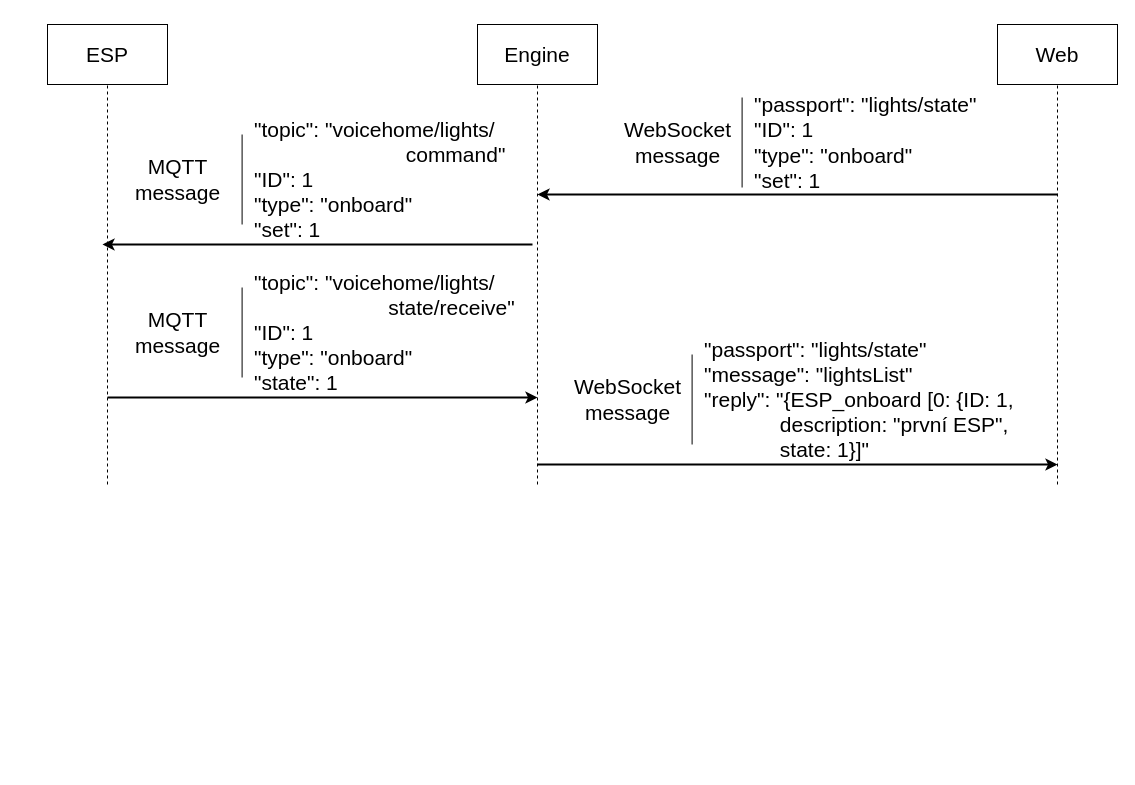
Earlier version of the draw.io diagram egs/voicehome/doc/thesis/img/lights_onoff_messages.drawio (kitt10/iot). Source tidied: cells renumbered, new cells numbered last; positions are measured from the earlier drawing's top-left corner, leaving out a move shared by most shapes. Both pictures are drawn from the tidied source at 100%, with x=0, y=0 at pixel (47, 24).
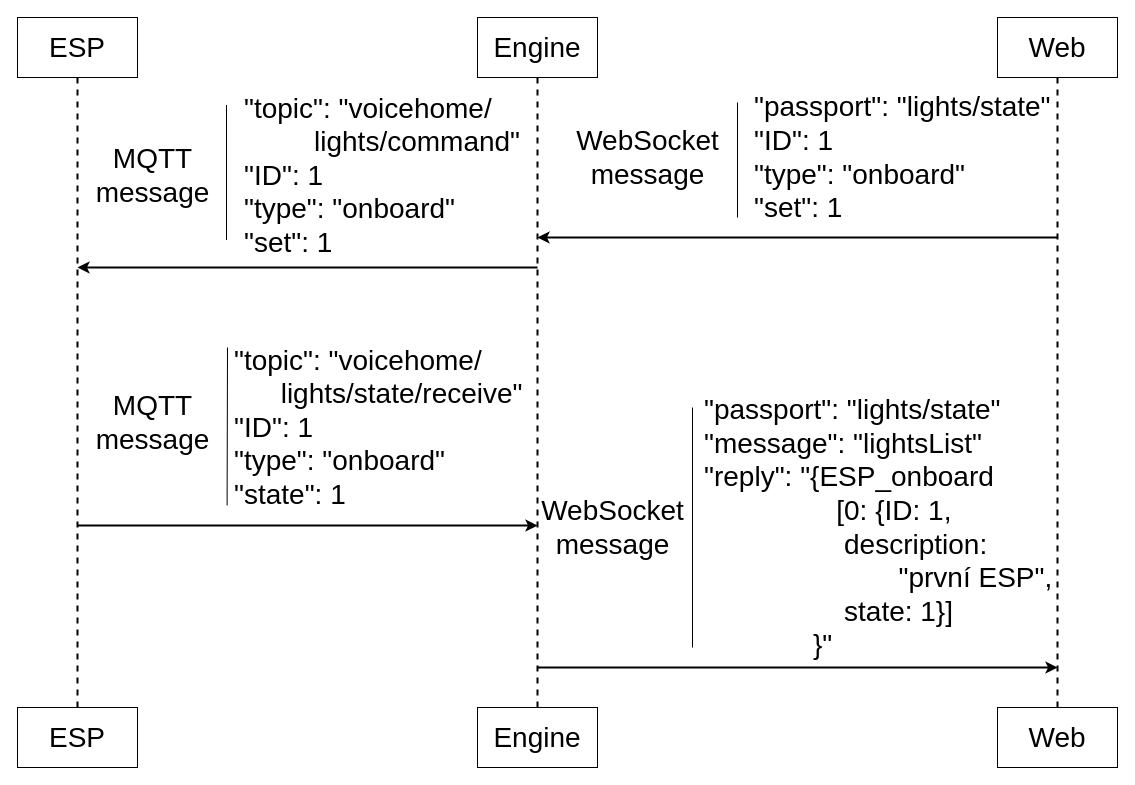
The same diagram, later.

What changed in the source:
```diff
@@
-    <mxCell id="2" value="ESP" style="rounded=0;whiteSpace=wrap;html=1;fontSize=21;" parent="1" vertex="1">
-      <mxGeometry width="120" height="60" as="geometry" />
-    </mxCell>
-    <mxCell id="3" value="Engine" style="rounded=0;whiteSpace=wrap;html=1;fontSize=21;" parent="1" vertex="1">
-      <mxGeometry x="430" width="120" height="60" as="geometry" />
-    </mxCell>
-    <mxCell id="4" value="Web" style="rounded=0;whiteSpace=wrap;html=1;fontSize=21;" parent="1" vertex="1">
-      <mxGeometry x="950" width="120" height="60" as="geometry" />
-    </mxCell>
-    <mxCell id="5" style="endArrow=none;dashed=1;html=1;entryX=0.5;entryY=1;entryDx=0;entryDy=0;" parent="1" edge="1" target="2">
-      <mxGeometry relative="1" as="geometry">
-        <mxPoint x="60" y="460" as="sourcePoint" />
-      </mxGeometry>
-    </mxCell>
-    <mxCell id="6" style="endArrow=none;dashed=1;html=1;entryX=0.5;entryY=1;entryDx=0;entryDy=0;" parent="1" edge="1" target="3">
-      <mxGeometry relative="1" as="geometry">
-        <mxPoint x="490" y="460" as="sourcePoint" />
-      </mxGeometry>
-    </mxCell>
-    <mxCell id="7" style="endArrow=none;dashed=1;html=1;entryX=0.5;entryY=1;entryDx=0;entryDy=0;" parent="1" edge="1" target="4">
-      <mxGeometry relative="1" as="geometry">
-        <mxPoint x="1010" y="460" as="sourcePoint" />
-      </mxGeometry>
-    </mxCell>
-    <mxCell id="8" style="endArrow=classic;html=1;strokeWidth=2;" parent="1" edge="1">
-      <mxGeometry relative="1" as="geometry">
-        <mxPoint x="1010" y="170" as="sourcePoint" />
-        <mxPoint x="490" y="170" as="targetPoint" />
-      </mxGeometry>
-    </mxCell>
+    <mxCell id="24" value="ESP" style="rounded=0;whiteSpace=wrap;html=1;fontSize=28;" parent="1" vertex="1">
+      <mxGeometry x="-30" y="-7" width="120" height="60" as="geometry" />
+    </mxCell>
+    <mxCell id="25" value="Engine" style="rounded=0;whiteSpace=wrap;html=1;fontSize=28;" parent="1" vertex="1">
+      <mxGeometry x="430" y="-7" width="120" height="60" as="geometry" />
+    </mxCell>
+    <mxCell id="26" value="Web" style="rounded=0;whiteSpace=wrap;html=1;fontSize=28;" parent="1" vertex="1">
+      <mxGeometry x="950" y="-7" width="120" height="60" as="geometry" />
+    </mxCell>
+    <mxCell id="27" style="endArrow=none;dashed=1;html=1;entryX=0.5;entryY=1;entryDx=0;entryDy=0;fontSize=28;strokeWidth=2;" parent="1" edge="1" target="24">
+      <mxGeometry relative="1" as="geometry">
+        <mxPoint x="30" y="683" as="sourcePoint" />
+        <Array as="points">
+          <mxPoint x="30" y="383" />
+        </Array>
+      </mxGeometry>
+    </mxCell>
+    <mxCell id="28" style="endArrow=none;dashed=1;html=1;entryX=0.5;entryY=1;entryDx=0;entryDy=0;fontSize=28;strokeWidth=2;" parent="1" edge="1" target="25">
+      <mxGeometry relative="1" as="geometry">
+        <mxPoint x="490" y="683" as="sourcePoint" />
+      </mxGeometry>
+    </mxCell>
+    <mxCell id="29" style="endArrow=none;dashed=1;html=1;entryX=0.5;entryY=1;entryDx=0;entryDy=0;fontSize=28;strokeWidth=2;" parent="1" edge="1" target="26">
+      <mxGeometry relative="1" as="geometry">
+        <mxPoint x="1010" y="683" as="sourcePoint" />
+      </mxGeometry>
+    </mxCell>
+    <mxCell id="30" style="endArrow=classic;html=1;strokeWidth=2;fontSize=28;" parent="1" edge="1">
+      <mxGeometry relative="1" as="geometry">
+        <mxPoint x="1010" y="213" as="sourcePoint" />
+        <mxPoint x="490" y="213" as="targetPoint" />
+      </mxGeometry>
+    </mxCell>
-    <mxCell id="9" value="&quot;passport&quot;: &quot;lights/state&quot;&lt;br style=&quot;font-size: 21px;&quot;&gt;&quot;ID&quot;: 1&lt;br style=&quot;font-size: 21px;&quot;&gt;&quot;type&quot;: &quot;onboard&quot;&lt;br style=&quot;font-size: 21px;&quot;&gt;&quot;set&quot;: 1" style="text;html=1;align=left;verticalAlign=middle;strokeColor=none;fontSize=21;" parent="1" vertex="1">
-      <mxGeometry x="705" y="63" width="240" height="110" as="geometry" />
+    <mxCell id="9" value="&quot;passport&quot;: &quot;lights/state&quot;&lt;br style=&quot;font-size: 28px;&quot;&gt;&quot;ID&quot;: 1&lt;br style=&quot;font-size: 28px;&quot;&gt;&quot;type&quot;: &quot;onboard&quot;&lt;br style=&quot;font-size: 28px;&quot;&gt;&quot;set&quot;: 1" style="text;html=1;align=left;verticalAlign=middle;strokeColor=none;fontSize=28;" parent="1" vertex="1">
+      <mxGeometry x="705" y="63" width="310" height="140" as="geometry" />
     </mxCell>
-    <mxCell id="10" value="WebSocket&lt;br style=&quot;font-size: 21px;&quot;&gt;message" style="text;html=1;align=center;verticalAlign=middle;strokeColor=none;fontSize=21;" parent="1" vertex="1">
-      <mxGeometry x="570" y="88" width="120" height="60" as="geometry" />
-    </mxCell>
-    <mxCell id="11" style="endArrow=none;html=1;fontSize=22;strokeWidth=1;" parent="1" edge="1">
-      <mxGeometry relative="1" as="geometry">
-        <mxPoint x="694.6" y="163" as="sourcePoint" />
-        <mxPoint x="694.6" y="73" as="targetPoint" />
-      </mxGeometry>
-    </mxCell>
-    <mxCell id="12" style="endArrow=classic;html=1;strokeWidth=2;" parent="1" edge="1">
-      <mxGeometry relative="1" as="geometry">
-        <mxPoint x="485" y="220" as="sourcePoint" />
-        <mxPoint x="55" y="220" as="targetPoint" />
-      </mxGeometry>
-    </mxCell>
-    <mxCell id="13" value="&quot;topic&quot;: &quot;voicehome/lights/&lt;br&gt;&amp;nbsp; &amp;nbsp; &amp;nbsp; &amp;nbsp; &amp;nbsp; &amp;nbsp; &amp;nbsp; &amp;nbsp; &amp;nbsp; &amp;nbsp; &amp;nbsp; &amp;nbsp; &amp;nbsp; command&quot;&lt;br style=&quot;font-size: 21px&quot;&gt;&quot;ID&quot;: 1&lt;br style=&quot;font-size: 21px&quot;&gt;&quot;type&quot;: &quot;onboard&quot;&lt;br style=&quot;font-size: 21px&quot;&gt;&quot;set&quot;: 1" style="text;html=1;align=left;verticalAlign=middle;strokeColor=none;fontSize=21;" parent="1" vertex="1">
-      <mxGeometry x="205" y="90" width="270" height="130" as="geometry" />
-    </mxCell>
-    <mxCell id="14" value="MQTT&lt;br style=&quot;font-size: 21px&quot;&gt;message" style="text;html=1;align=center;verticalAlign=middle;strokeColor=none;fontSize=21;" parent="1" vertex="1">
-      <mxGeometry x="80" y="125" width="100" height="60" as="geometry" />
-    </mxCell>
-    <mxCell id="15" style="endArrow=none;html=1;fontSize=22;strokeWidth=1;" parent="1" edge="1">
-      <mxGeometry relative="1" as="geometry">
-        <mxPoint x="194.6" y="200" as="sourcePoint" />
-        <mxPoint x="194.6" y="110" as="targetPoint" />
-      </mxGeometry>
-    </mxCell>
-    <mxCell id="16" style="endArrow=classic;html=1;strokeWidth=2;" parent="1" edge="1">
-      <mxGeometry relative="1" as="geometry">
-        <mxPoint x="60" y="373" as="sourcePoint" />
-        <mxPoint x="490" y="373" as="targetPoint" />
-      </mxGeometry>
-    </mxCell>
-    <mxCell id="17" value="&quot;topic&quot;: &quot;voicehome/lights/&lt;br&gt;&amp;nbsp; &amp;nbsp; &amp;nbsp; &amp;nbsp; &amp;nbsp; &amp;nbsp; &amp;nbsp; &amp;nbsp; &amp;nbsp; &amp;nbsp; &amp;nbsp; &amp;nbsp;state/receive&quot;&lt;br style=&quot;font-size: 21px&quot;&gt;&quot;ID&quot;: 1&lt;br style=&quot;font-size: 21px&quot;&gt;&quot;type&quot;: &quot;onboard&quot;&lt;br style=&quot;font-size: 21px&quot;&gt;&quot;state&quot;: 1" style="text;html=1;align=left;verticalAlign=middle;strokeColor=none;fontSize=21;" parent="1" vertex="1">
-      <mxGeometry x="205" y="243" width="280" height="130" as="geometry" />
-    </mxCell>
-    <mxCell id="18" value="MQTT&lt;br style=&quot;font-size: 21px&quot;&gt;message" style="text;html=1;align=center;verticalAlign=middle;strokeColor=none;fontSize=21;" parent="1" vertex="1">
-      <mxGeometry x="80" y="278" width="100" height="60" as="geometry" />
-    </mxCell>
-    <mxCell id="19" style="endArrow=none;html=1;fontSize=22;strokeWidth=1;" parent="1" edge="1">
-      <mxGeometry relative="1" as="geometry">
-        <mxPoint x="194.6" y="353" as="sourcePoint" />
-        <mxPoint x="194.6" y="263" as="targetPoint" />
-      </mxGeometry>
-    </mxCell>
-    <mxCell id="20" style="endArrow=classic;html=1;strokeWidth=2;" parent="1" edge="1">
-      <mxGeometry relative="1" as="geometry">
-        <mxPoint x="490" y="440" as="sourcePoint" />
-        <mxPoint x="1010" y="440" as="targetPoint" />
-      </mxGeometry>
-    </mxCell>
-    <mxCell id="21" value="&quot;passport&quot;: &quot;lights/state&quot;&lt;br style=&quot;font-size: 21px&quot;&gt;&quot;message&quot;: &quot;lightsList&quot;&lt;br&gt;&quot;reply&quot;: &quot;{ESP_onboard [0: {ID: 1, &lt;br&gt;&amp;nbsp; &amp;nbsp; &amp;nbsp; &amp;nbsp; &amp;nbsp; &amp;nbsp; &amp;nbsp;description: &quot;první ESP&quot;, &lt;br&gt;&amp;nbsp; &amp;nbsp; &amp;nbsp; &amp;nbsp; &amp;nbsp; &amp;nbsp; &amp;nbsp;state: 1}]&quot;" style="text;html=1;align=left;verticalAlign=middle;strokeColor=none;fontSize=21;" parent="1" vertex="1">
-      <mxGeometry x="655" y="310" width="330" height="130" as="geometry" />
-    </mxCell>
-    <mxCell id="22" value="WebSocket&lt;br style=&quot;font-size: 21px;&quot;&gt;message" style="text;html=1;align=center;verticalAlign=middle;strokeColor=none;fontSize=21;" parent="1" vertex="1">
-      <mxGeometry x="520" y="345" width="120" height="60" as="geometry" />
-    </mxCell>
-    <mxCell id="23" style="endArrow=none;html=1;fontSize=22;strokeWidth=1;" parent="1" edge="1">
-      <mxGeometry relative="1" as="geometry">
-        <mxPoint x="644.6" y="420" as="sourcePoint" />
-        <mxPoint x="644.6" y="330" as="targetPoint" />
-      </mxGeometry>
-    </mxCell>
+    <mxCell id="31" value="WebSocket&lt;br style=&quot;font-size: 28px;&quot;&gt;message" style="text;html=1;align=center;verticalAlign=middle;strokeColor=none;fontSize=28;" parent="1" vertex="1">
+      <mxGeometry x="520" y="98" width="160" height="70" as="geometry" />
+    </mxCell>
+    <mxCell id="32" style="endArrow=none;html=1;fontSize=28;strokeWidth=1;" parent="1" edge="1">
+      <mxGeometry relative="1" as="geometry">
+        <mxPoint x="690" y="193" as="sourcePoint" />
+        <mxPoint x="690" y="78" as="targetPoint" />
+      </mxGeometry>
+    </mxCell>
+    <mxCell id="33" style="endArrow=classic;html=1;strokeWidth=2;fontSize=28;" parent="1" edge="1">
+      <mxGeometry relative="1" as="geometry">
+        <mxPoint x="490" y="243" as="sourcePoint" />
+        <mxPoint x="30" y="243" as="targetPoint" />
+      </mxGeometry>
+    </mxCell>
+    <mxCell id="34" value="&quot;topic&quot;: &quot;voicehome/&lt;br&gt;&amp;nbsp; &amp;nbsp; &amp;nbsp; &amp;nbsp; &amp;nbsp;lights/command&quot;&lt;br style=&quot;font-size: 28px&quot;&gt;&quot;ID&quot;: 1&lt;br style=&quot;font-size: 28px&quot;&gt;&quot;type&quot;: &quot;onboard&quot;&lt;br style=&quot;font-size: 28px&quot;&gt;&quot;set&quot;: 1" style="text;html=1;align=left;verticalAlign=middle;strokeColor=none;fontSize=28;" parent="1" vertex="1">
+      <mxGeometry x="195" y="60.5" width="290" height="180" as="geometry" />
+    </mxCell>
+    <mxCell id="35" value="MQTT&lt;br style=&quot;font-size: 28px;&quot;&gt;message" style="text;html=1;align=center;verticalAlign=middle;strokeColor=none;fontSize=28;" parent="1" vertex="1">
+      <mxGeometry x="40" y="115.5" width="130" height="70" as="geometry" />
+    </mxCell>
+    <mxCell id="36" style="endArrow=none;html=1;fontSize=28;strokeWidth=1;" parent="1" edge="1">
+      <mxGeometry relative="1" as="geometry">
+        <mxPoint x="179" y="215.5" as="sourcePoint" />
+        <mxPoint x="179" y="80.5" as="targetPoint" />
+      </mxGeometry>
+    </mxCell>
+    <mxCell id="37" style="endArrow=classic;html=1;strokeWidth=2;fontSize=28;" parent="1" edge="1">
+      <mxGeometry relative="1" as="geometry">
+        <mxPoint x="30" y="501" as="sourcePoint" />
+        <mxPoint x="490" y="501" as="targetPoint" />
+      </mxGeometry>
+    </mxCell>
+    <mxCell id="38" value="&quot;topic&quot;: &quot;voicehome/&lt;br&gt;&amp;nbsp; &amp;nbsp; &amp;nbsp; lights/state/receive&quot;&lt;br style=&quot;font-size: 28px&quot;&gt;&quot;ID&quot;: 1&lt;br style=&quot;font-size: 28px&quot;&gt;&quot;type&quot;: &quot;onboard&quot;&lt;br style=&quot;font-size: 28px&quot;&gt;&quot;state&quot;: 1" style="text;html=1;align=left;verticalAlign=middle;strokeColor=none;fontSize=28;" parent="1" vertex="1">
+      <mxGeometry x="185" y="313" width="300" height="180" as="geometry" />
+    </mxCell>
+    <mxCell id="39" value="MQTT&lt;br style=&quot;font-size: 28px;&quot;&gt;message" style="text;html=1;align=center;verticalAlign=middle;strokeColor=none;fontSize=28;" parent="1" vertex="1">
+      <mxGeometry x="40" y="363" width="130" height="70" as="geometry" />
+    </mxCell>
+    <mxCell id="40" style="endArrow=none;html=1;fontSize=28;strokeWidth=1;" parent="1" edge="1">
+      <mxGeometry relative="1" as="geometry">
+        <mxPoint x="179.6" y="481" as="sourcePoint" />
+        <mxPoint x="180" y="323" as="targetPoint" />
+      </mxGeometry>
+    </mxCell>
+    <mxCell id="41" style="endArrow=classic;html=1;strokeWidth=2;fontSize=28;" parent="1" edge="1">
+      <mxGeometry relative="1" as="geometry">
+        <mxPoint x="490" y="643" as="sourcePoint" />
+        <mxPoint x="1010" y="643" as="targetPoint" />
+      </mxGeometry>
+    </mxCell>
+    <mxCell id="42" value="&quot;passport&quot;: &quot;lights/state&quot;&lt;br style=&quot;font-size: 28px&quot;&gt;&quot;message&quot;: &quot;lightsList&quot;&lt;br style=&quot;font-size: 28px&quot;&gt;&quot;reply&quot;: &quot;{ESP_onboard &lt;br&gt;&amp;nbsp; &amp;nbsp; &amp;nbsp; &amp;nbsp; &amp;nbsp; &amp;nbsp; &amp;nbsp; &amp;nbsp; &amp;nbsp;[0: {ID: 1, &lt;br style=&quot;font-size: 28px&quot;&gt;&amp;nbsp; &amp;nbsp; &amp;nbsp; &amp;nbsp; &amp;nbsp; &amp;nbsp; &amp;nbsp; &amp;nbsp; &amp;nbsp; description: &lt;br&gt;&amp;nbsp; &amp;nbsp; &amp;nbsp; &amp;nbsp; &amp;nbsp; &amp;nbsp; &amp;nbsp; &amp;nbsp; &amp;nbsp; &amp;nbsp; &amp;nbsp; &amp;nbsp; &amp;nbsp;&quot;první ESP&quot;, &lt;br style=&quot;font-size: 28px&quot;&gt;&amp;nbsp; &amp;nbsp; &amp;nbsp; &amp;nbsp; &amp;nbsp; &amp;nbsp; &amp;nbsp; &amp;nbsp; &amp;nbsp; state: 1}]&lt;br&gt;&amp;nbsp; &amp;nbsp; &amp;nbsp; &amp;nbsp; &amp;nbsp; &amp;nbsp; &amp;nbsp; }&quot;" style="text;html=1;align=left;verticalAlign=middle;strokeColor=none;fontSize=28;" parent="1" vertex="1">
+      <mxGeometry x="655" y="363" width="360" height="280" as="geometry" />
+    </mxCell>
+    <mxCell id="43" value="WebSocket&lt;br style=&quot;font-size: 28px;&quot;&gt;message" style="text;html=1;align=center;verticalAlign=middle;strokeColor=none;fontSize=28;" parent="1" vertex="1">
+      <mxGeometry x="485" y="468" width="160" height="70" as="geometry" />
+    </mxCell>
+    <mxCell id="44" style="endArrow=none;html=1;fontSize=28;strokeWidth=1;" parent="1" edge="1">
+      <mxGeometry relative="1" as="geometry">
+        <mxPoint x="645" y="623" as="sourcePoint" />
+        <mxPoint x="645" y="383" as="targetPoint" />
+      </mxGeometry>
+    </mxCell>
+    <mxCell id="45" value="ESP" style="rounded=0;whiteSpace=wrap;html=1;fontSize=28;" parent="1" vertex="1">
+      <mxGeometry x="-30" y="683" width="120" height="60" as="geometry" />
+    </mxCell>
+    <mxCell id="46" value="Engine" style="rounded=0;whiteSpace=wrap;html=1;fontSize=28;" parent="1" vertex="1">
+      <mxGeometry x="430" y="683" width="120" height="60" as="geometry" />
+    </mxCell>
+    <mxCell id="47" value="Web" style="rounded=0;whiteSpace=wrap;html=1;fontSize=28;" parent="1" vertex="1">
+      <mxGeometry x="950" y="683" width="120" height="60" as="geometry" />
+    </mxCell>
```
